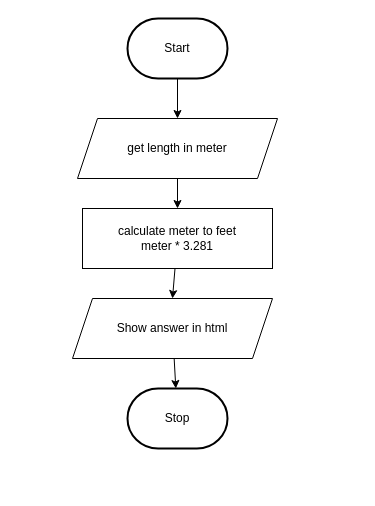
This is design/flowchart.drawio from MTHS-ICD2O-1-2023/ICD2O-Unit-3-04-yoochan-han, a draw.io file, before an edit. Source tidied: cells renumbered, new cells numbered last; positions are measured from the earlier drawing's top-left corner, leaving out a move shared by most shapes. Both pictures are drawn from the tidied source at 100%, with x=0, y=0 at pixel (72, 18).
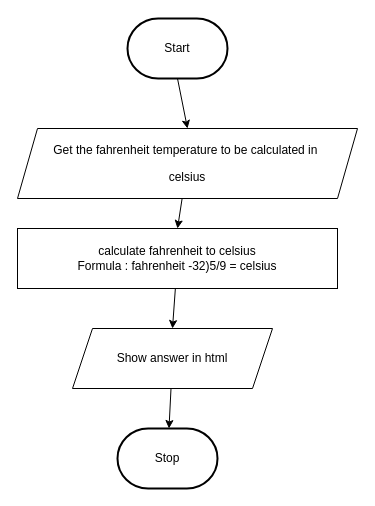
Above is the later version.

Diff of the diagram source:
```diff
@@
 <mxGraphModel>
   <root>
     <mxCell id="0" />
     <mxCell id="1" parent="0" />
     <mxCell id="2" style="edgeStyle=none;html=1;exitX=0.5;exitY=1;exitDx=0;exitDy=0;exitPerimeter=0;entryX=0.5;entryY=0;entryDx=0;entryDy=0;" parent="1" edge="1" source="3" target="6">
       <mxGeometry relative="1" as="geometry" />
     </mxCell>
     <mxCell id="3" value="Start" style="strokeWidth=2;html=1;shape=mxgraph.flowchart.terminator;whiteSpace=wrap;" parent="1" vertex="1">
       <mxGeometry x="55" width="100" height="60" as="geometry" />
     </mxCell>
     <mxCell id="4" value="Stop" style="strokeWidth=2;html=1;shape=mxgraph.flowchart.terminator;whiteSpace=wrap;" parent="1" vertex="1">
-      <mxGeometry x="55" y="370" width="100" height="60" as="geometry" />
+      <mxGeometry x="45" y="410" width="100" height="60" as="geometry" />
     </mxCell>
     <mxCell id="5" style="edgeStyle=none;html=1;entryX=0.5;entryY=0;entryDx=0;entryDy=0;" parent="1" edge="1" source="6" target="8">
       <mxGeometry relative="1" as="geometry" />
     </mxCell>
-    <mxCell id="6" value="get length in meter" style="shape=parallelogram;perimeter=parallelogramPerimeter;whiteSpace=wrap;html=1;fixedSize=1;" parent="1" vertex="1">
-      <mxGeometry x="5" y="100" width="200" height="60" as="geometry" />
+    <mxCell id="6" value="&lt;p&gt;Get the fahrenheit&amp;nbsp;&lt;span style=&quot;background-color: initial;&quot;&gt;temperature to be calculated in&amp;nbsp;&lt;/span&gt;&lt;/p&gt;&lt;p&gt;&lt;span style=&quot;background-color: initial;&quot;&gt;celsius&lt;/span&gt;&lt;/p&gt;" style="shape=parallelogram;perimeter=parallelogramPerimeter;whiteSpace=wrap;html=1;fixedSize=1;" parent="1" vertex="1">
+      <mxGeometry x="-55" y="110" width="340" height="70" as="geometry" />
     </mxCell>
     <mxCell id="7" style="edgeStyle=none;html=1;entryX=0.5;entryY=0;entryDx=0;entryDy=0;" parent="1" edge="1" source="8" target="10">
       <mxGeometry relative="1" as="geometry" />
     </mxCell>
-    <mxCell id="8" value="calculate meter to feet&lt;br&gt;meter * 3.281" style="rounded=0;whiteSpace=wrap;html=1;" parent="1" vertex="1">
-      <mxGeometry x="10" y="190" width="190" height="60" as="geometry" />
+    <mxCell id="8" value="calculate fahrenheit to celsius&lt;br&gt;Formula : fahrenheit -32)5/9 = celsius" style="rounded=0;whiteSpace=wrap;html=1;" parent="1" vertex="1">
+      <mxGeometry x="-55" y="210" width="320" height="60" as="geometry" />
     </mxCell>
     <mxCell id="9" style="edgeStyle=none;html=1;" parent="1" edge="1" source="10" target="4">
       <mxGeometry relative="1" as="geometry" />
     </mxCell>
     <mxCell id="10" value="Show answer in html" style="shape=parallelogram;perimeter=parallelogramPerimeter;whiteSpace=wrap;html=1;fixedSize=1;" parent="1" vertex="1">
-      <mxGeometry y="280" width="200" height="60" as="geometry" />
+      <mxGeometry y="310" width="200" height="60" as="geometry" />
     </mxCell>
   </root>
 </mxGraphModel>
```
